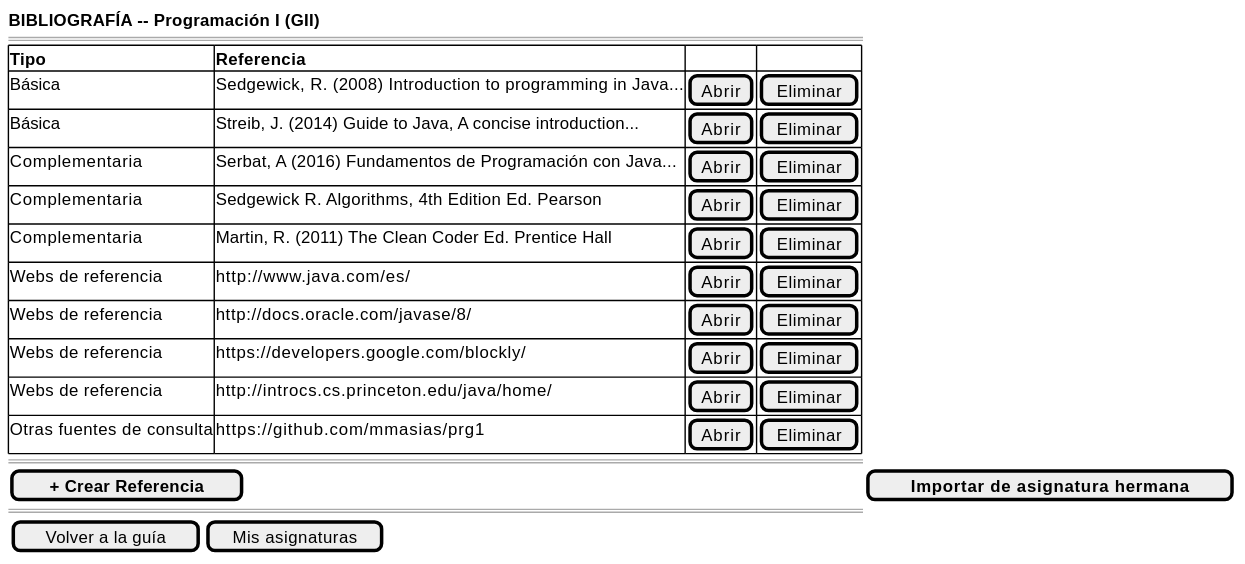
mmasias/pyCeldaPublico keeps this PlantUML diagram as images/RUP/01-requisitos/03-detalle-casos-uso/abrirReferenciasBibliograficas/wireframe.svg. Above is the earlier version.
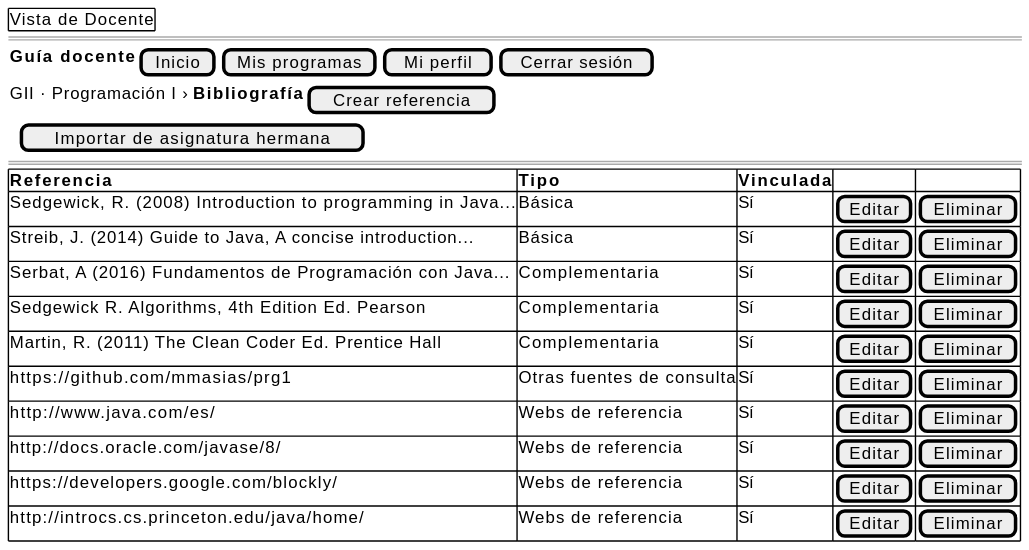
Later version of the same file.

What changed in the source:
```diff
@@ -1,23 +1,23 @@
 @startsalt abrirReferenciasBibliograficas-wireframe
 {
-    <b>BIBLIOGRAFÍA -- Programación I (GII)</b>
+    {+ Vista de Docente }
+    ====
+    {<b>Guía docente</b> | [Inicio] | [Mis programas] | [Mi perfil] | [Cerrar sesión]}
+    {GII · Programación I › <b>Bibliografía</b> | [Crear referencia]}
+    {. | [Importar de asignatura hermana]}
     ====
     {#
-        <b>Tipo | <b>Referencia | . | .
-        Básica | Sedgewick, R. (2008) Introduction to programming in Java... | [Abrir] | [Eliminar]
-        Básica | Streib, J. (2014) Guide to Java, A concise introduction... | [Abrir] | [Eliminar]
-        Complementaria | Serbat, A (2016) Fundamentos de Programación con Java... | [Abrir] | [Eliminar]
-        Complementaria | Sedgewick R. Algorithms, 4th Edition Ed. Pearson | [Abrir] | [Eliminar]
-        Complementaria | Martin, R. (2011) The Clean Coder Ed. Prentice Hall | [Abrir] | [Eliminar]
-        Webs de referencia | http://www.java.com/es/ | [Abrir] | [Eliminar]
-        Webs de referencia | http://docs.oracle.com/javase/8/ | [Abrir] | [Eliminar]
-        Webs de referencia | https://developers.google.com/blockly/ | [Abrir] | [Eliminar]
-        Webs de referencia | http://introcs.cs.princeton.edu/java/home/ | [Abrir] | [Eliminar]
-        Otras fuentes de consulta | https://github.com/mmasias/prg1 | [Abrir] | [Eliminar]
+        <b>Referencia | <b>Tipo | <b>Vinculada | . | .
+        Sedgewick, R. (2008) Introduction to programming in Java... | Básica | Sí | [Editar] | [Eliminar]
+        Streib, J. (2014) Guide to Java, A concise introduction... | Básica | Sí | [Editar] | [Eliminar]
+        Serbat, A (2016) Fundamentos de Programación con Java... | Complementaria | Sí | [Editar] | [Eliminar]
+        Sedgewick R. Algorithms, 4th Edition Ed. Pearson | Complementaria | Sí | [Editar] | [Eliminar]
+        Martin, R. (2011) The Clean Coder Ed. Prentice Hall | Complementaria | Sí | [Editar] | [Eliminar]
+        https://github.com/mmasias/prg1 | Otras fuentes de consulta | Sí | [Editar] | [Eliminar]
+        http://www.java.com/es/ | Webs de referencia | Sí | [Editar] | [Eliminar]
+        http://docs.oracle.com/javase/8/ | Webs de referencia | Sí | [Editar] | [Eliminar]
+        https://developers.google.com/blockly/ | Webs de referencia | Sí | [Editar] | [Eliminar]
+        http://introcs.cs.princeton.edu/java/home/ | Webs de referencia | Sí | [Editar] | [Eliminar]
     }
-    ====
-    [ <b>+ Crear Referencia</b> ] | [ <b>Importar de asignatura hermana</b> ]
-    ====
-    {[Volver a la guía] | [Mis asignaturas]}
 }
 @endsalt
```
